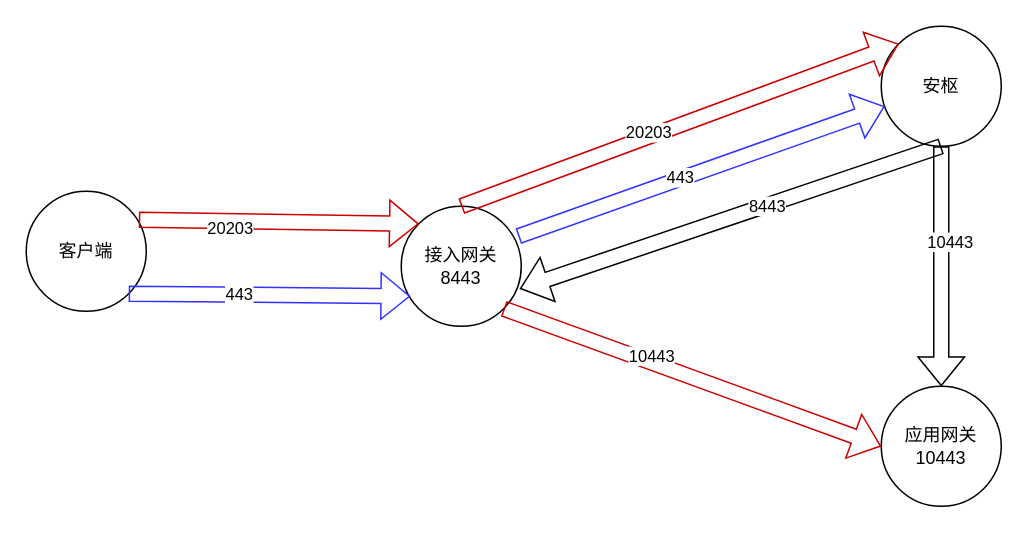
Earlier version of the draw.io diagram keepalived.drawio (jiafengjason/draw.io). Source tidied: cells renumbered, new cells numbered last; positions are measured from the earlier drawing's top-left corner, leaving out a move shared by most shapes. Both pictures are drawn from the tidied source at 150%, with x=0, y=0 at pixel (26, 26).
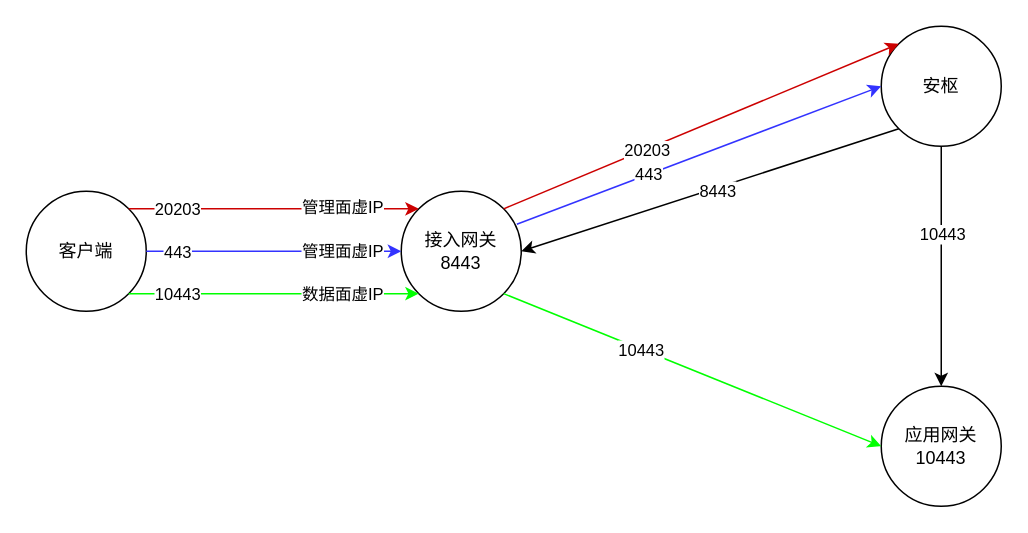
The same page after the edit.

The change refers to these unchanged cells:
```xml
<mxCell id="2" value="客户端" style="ellipse;whiteSpace=wrap;html=1;" parent="1" vertex="1">
  <mxGeometry y="110" width="80" height="80" as="geometry" />
</mxCell>
<mxCell id="4" value="安枢" style="ellipse;whiteSpace=wrap;html=1;" parent="1" vertex="1">
  <mxGeometry x="570" width="80" height="80" as="geometry" />
</mxCell>
<mxCell id="5" value="应用网关&lt;br&gt;10443" style="ellipse;whiteSpace=wrap;html=1;" parent="1" vertex="1">
  <mxGeometry x="570" y="240" width="80" height="80" as="geometry" />
</mxCell>
```

Change to the diagram source:
```diff
@@
     <mxCell id="3" value="接入网关&lt;br&gt;8443" style="ellipse;whiteSpace=wrap;html=1;" parent="1" vertex="1">
-      <mxGeometry x="250" y="120" width="80" height="80" as="geometry" />
+      <mxGeometry x="250" y="110" width="80" height="80" as="geometry" />
     </mxCell>
@@
-    <mxCell id="6" style="shape=flexArrow;endArrow=classic;html=1;rounded=0;strokeColor=#CC0000;exitX=0.938;exitY=0.238;exitDx=0;exitDy=0;entryX=0;entryY=0;entryDx=0;entryDy=0;exitPerimeter=0;" parent="1" edge="1" source="2" target="3">
-      <mxGeometry relative="1" as="geometry" />
-    </mxCell>
-    <mxCell id="7" value="20203" style="edgeLabel;html=1;align=center;verticalAlign=middle;" parent="6" vertex="1">
-      <mxGeometry x="-0.35" y="-5" relative="1" as="geometry" />
-    </mxCell>
-    <mxCell id="8" style="shape=flexArrow;endArrow=classic;html=1;rounded=0;strokeColor=#3333FF;exitX=1;exitY=1;exitDx=0;exitDy=0;entryX=0.075;entryY=0.75;entryDx=0;entryDy=0;entryPerimeter=0;" parent="1" edge="1" source="2" target="3">
-      <mxGeometry relative="1" as="geometry" />
-    </mxCell>
-    <mxCell id="9" value="443" style="edgeLabel;html=1;align=center;verticalAlign=middle;" parent="8" vertex="1">
-      <mxGeometry x="-0.22" relative="1" as="geometry" />
-    </mxCell>
-    <mxCell id="10" style="shape=flexArrow;endArrow=classic;html=1;rounded=0;strokeColor=#3333FF;exitX=0.975;exitY=0.25;exitDx=0;exitDy=0;exitPerimeter=0;" parent="1" edge="1" source="3" target="4">
-      <mxGeometry relative="1" as="geometry" />
-    </mxCell>
-    <mxCell id="11" value="443" style="edgeLabel;html=1;align=center;verticalAlign=middle;" parent="10" vertex="1">
-      <mxGeometry x="-0.12" y="1" relative="1" as="geometry" />
-    </mxCell>
-    <mxCell id="12" style="shape=flexArrow;endArrow=classic;html=1;rounded=0;strokeColor=#CC0000;exitX=0.5;exitY=0;exitDx=0;exitDy=0;entryX=0;entryY=0;entryDx=0;entryDy=0;" parent="1" edge="1" source="3" target="4">
-      <mxGeometry relative="1" as="geometry" />
-    </mxCell>
-    <mxCell id="13" value="20203" style="edgeLabel;html=1;align=center;verticalAlign=middle;" parent="12" vertex="1">
-      <mxGeometry x="-0.14" y="3" relative="1" as="geometry" />
-    </mxCell>
-    <mxCell id="14" style="shape=flexArrow;endArrow=classic;html=1;rounded=0;strokeColor=#CC0000;exitX=1;exitY=1;exitDx=0;exitDy=0;entryX=0;entryY=0.5;entryDx=0;entryDy=0;" parent="1" edge="1" source="3" target="5">
-      <mxGeometry relative="1" as="geometry" />
-    </mxCell>
-    <mxCell id="15" value="10443" style="edgeLabel;html=1;align=center;verticalAlign=middle;" parent="14" vertex="1">
-      <mxGeometry x="-0.23" y="4" relative="1" as="geometry" />
-    </mxCell>
+    <mxCell id="20" style="endArrow=classic;html=1;rounded=0;entryX=0;entryY=0;entryDx=0;entryDy=0;exitX=1;exitY=0;exitDx=0;exitDy=0;fontColor=#000000;strokeColor=#CC0000;" parent="1" edge="1" source="2" target="3">
+      <mxGeometry relative="1" as="geometry" />
+    </mxCell>
+    <mxCell id="21" value="20203" style="edgeLabel;html=1;align=center;verticalAlign=middle;" parent="20" vertex="1">
+      <mxGeometry x="-0.28" relative="1" as="geometry">
+        <mxPoint x="-38" as="offset" />
+      </mxGeometry>
+    </mxCell>
+    <mxCell id="22" value="管理面虚IP" style="edgeLabel;html=1;align=center;verticalAlign=middle;fontColor=#000000;" parent="20" vertex="1">
+      <mxGeometry x="0.37" y="1" relative="1" as="geometry">
+        <mxPoint x="9" as="offset" />
+      </mxGeometry>
+    </mxCell>
+    <mxCell id="23" style="endArrow=classic;html=1;rounded=0;exitX=1;exitY=0.5;exitDx=0;exitDy=0;entryX=0;entryY=0.5;entryDx=0;entryDy=0;strokeColor=#3333FF;" parent="1" edge="1" source="2" target="3">
+      <mxGeometry relative="1" as="geometry" />
+    </mxCell>
+    <mxCell id="24" value="443" style="edgeLabel;html=1;align=center;verticalAlign=middle;" parent="23" vertex="1">
+      <mxGeometry x="-0.28" relative="1" as="geometry">
+        <mxPoint x="-41" as="offset" />
+      </mxGeometry>
+    </mxCell>
+    <mxCell id="25" value="管理面虚IP" style="edgeLabel;html=1;align=center;verticalAlign=middle;fontColor=#000000;" parent="23" vertex="1">
+      <mxGeometry x="0.59" y="1" relative="1" as="geometry">
+        <mxPoint x="-5" as="offset" />
+      </mxGeometry>
+    </mxCell>
+    <mxCell id="26" style="endArrow=classic;html=1;rounded=0;exitX=1;exitY=1;exitDx=0;exitDy=0;entryX=0;entryY=1;entryDx=0;entryDy=0;strokeColor=#00FF00;" parent="1" edge="1" source="2" target="3">
+      <mxGeometry relative="1" as="geometry" />
+    </mxCell>
+    <mxCell id="27" value="10443" style="edgeLabel;html=1;align=center;verticalAlign=middle;" parent="26" vertex="1">
+      <mxGeometry x="-0.28" relative="1" as="geometry">
+        <mxPoint x="-38" as="offset" />
+      </mxGeometry>
+    </mxCell>
+    <mxCell id="28" value="数据面虚IP" style="edgeLabel;html=1;align=center;verticalAlign=middle;fontColor=#000000;" parent="26" vertex="1">
+      <mxGeometry x="0.64" relative="1" as="geometry">
+        <mxPoint x="-17" as="offset" />
+      </mxGeometry>
+    </mxCell>
+    <mxCell id="29" style="endArrow=classic;html=1;rounded=0;entryX=0;entryY=0;entryDx=0;entryDy=0;exitX=1;exitY=0;exitDx=0;exitDy=0;fontColor=#000000;strokeColor=#CC0000;" parent="1" edge="1" source="3" target="4">
+      <mxGeometry relative="1" as="geometry" />
+    </mxCell>
+    <mxCell id="30" value="20203" style="edgeLabel;html=1;align=center;verticalAlign=middle;" parent="29" vertex="1">
+      <mxGeometry x="-0.28" relative="1" as="geometry" />
+    </mxCell>
+    <mxCell id="31" style="endArrow=classic;html=1;rounded=0;exitX=0.963;exitY=0.275;exitDx=0;exitDy=0;entryX=0;entryY=0.5;entryDx=0;entryDy=0;strokeColor=#3333FF;exitPerimeter=0;" parent="1" edge="1" source="3" target="4">
+      <mxGeometry relative="1" as="geometry" />
+    </mxCell>
+    <mxCell id="32" value="443" style="edgeLabel;html=1;align=center;verticalAlign=middle;" parent="31" vertex="1">
+      <mxGeometry x="-0.28" relative="1" as="geometry" />
+    </mxCell>
-    <mxCell id="16" style="shape=flexArrow;endArrow=classic;html=1;rounded=0;strokeColor=#000000;exitX=0.5;exitY=1;exitDx=0;exitDy=0;entryX=0.988;entryY=0.688;entryDx=0;entryDy=0;entryPerimeter=0;" parent="1" edge="1" source="4" target="3">
+    <mxCell id="16" style="endArrow=classic;html=1;rounded=0;exitX=0;exitY=1;exitDx=0;exitDy=0;entryX=1;entryY=0.5;entryDx=0;entryDy=0;" parent="1" edge="1" source="4" target="3">
       <mxGeometry relative="1" as="geometry" />
     </mxCell>
     <mxCell id="17" value="8443" style="edgeLabel;html=1;align=center;verticalAlign=middle;" parent="16" vertex="1">
-      <mxGeometry x="-0.17" relative="1" as="geometry" />
+      <mxGeometry x="-0.28" relative="1" as="geometry">
+        <mxPoint x="-31" y="12" as="offset" />
+      </mxGeometry>
     </mxCell>
-    <mxCell id="18" style="shape=flexArrow;endArrow=classic;html=1;rounded=0;strokeColor=#000000;entryX=0.5;entryY=0;entryDx=0;entryDy=0;" parent="1" edge="1" target="5">
-      <mxGeometry relative="1" as="geometry">
-        <mxPoint x="610" y="80" as="sourcePoint" />
-      </mxGeometry>
-    </mxCell>
-    <mxCell id="19" value="10443" style="edgeLabel;html=1;align=center;verticalAlign=middle;" parent="18" vertex="1">
-      <mxGeometry x="-0.21" y="5" relative="1" as="geometry" />
-    </mxCell>
+    <mxCell id="14" style="endArrow=classic;html=1;rounded=0;exitX=1;exitY=1;exitDx=0;exitDy=0;entryX=0;entryY=0.5;entryDx=0;entryDy=0;strokeColor=#00FF00;" parent="1" edge="1" source="3" target="5">
+      <mxGeometry relative="1" as="geometry" />
+    </mxCell>
+    <mxCell id="33" value="10443" style="edgeLabel;html=1;align=center;verticalAlign=middle;" parent="14" vertex="1">
+      <mxGeometry x="-0.28" relative="1" as="geometry" />
+    </mxCell>
+    <mxCell id="34" style="endArrow=classic;html=1;rounded=0;exitX=0.5;exitY=1;exitDx=0;exitDy=0;" parent="1" edge="1" source="4">
+      <mxGeometry relative="1" as="geometry">
+        <mxPoint x="610" y="240" as="targetPoint" />
+      </mxGeometry>
+    </mxCell>
+    <mxCell id="35" value="10443" style="edgeLabel;html=1;align=center;verticalAlign=middle;" parent="34" vertex="1">
+      <mxGeometry x="-0.28" relative="1" as="geometry" />
+    </mxCell>
```
